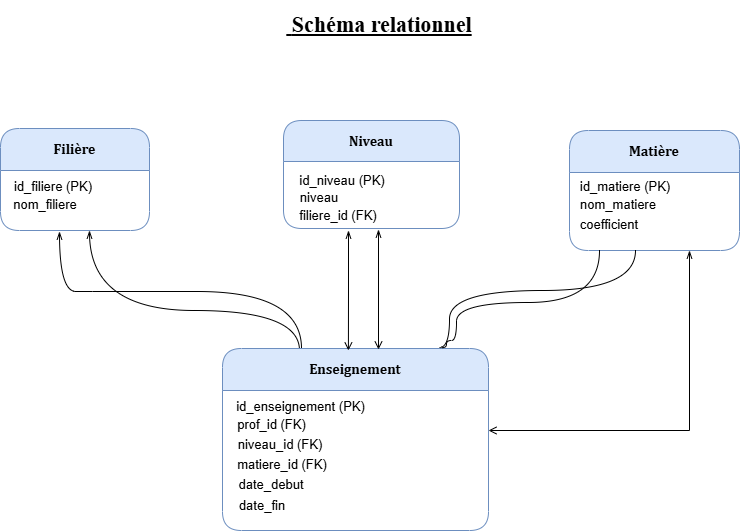
Above: images/_Schema_relationnel_gestion_etudiants.drawio.png in HamethDiouf/projet-gestion-notes (draw.io), before the change. Source tidied: cells renumbered, new cells last; positions are measured from the earlier drawing's top-left corner, leaving out a move shared by most shapes.
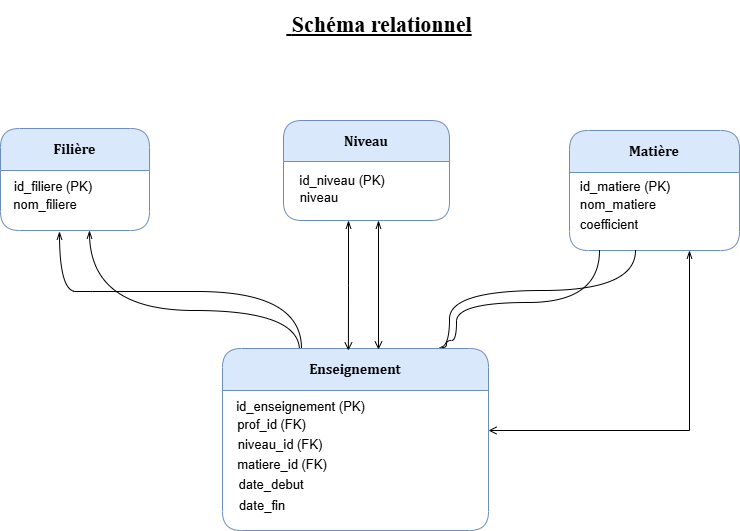
After the commit.

Diff of the diagram source:
```diff
@@ -22,7 +22,7 @@
       <mxGeometry x="15" y="178" width="60" height="32" as="geometry" />
     </mxCell>
     <mxCell id="6" value="&lt;font style=&quot;font-size: 14px;&quot; face=&quot;Cambria&quot;&gt;Niveau&lt;/font&gt;" style="swimlane;whiteSpace=wrap;html=1;startSize=41;rounded=1;fillColor=#dae8fc;strokeColor=#6c8ebf;" parent="1" vertex="1">
-      <mxGeometry x="283" y="110" width="176" height="108" as="geometry" />
+      <mxGeometry x="283" y="110" width="166" height="100" as="geometry" />
     </mxCell>
     <mxCell id="7" value="&lt;font style=&quot;font-size: 13px;&quot;&gt;id_niveau (PK)&lt;/font&gt;" style="text;html=1;whiteSpace=wrap;strokeColor=none;fillColor=none;align=center;verticalAlign=middle;rounded=0;" parent="1" vertex="1">
       <mxGeometry x="292" y="155" width="100" height="30" as="geometry" />
@@ -87,13 +87,13 @@
     </mxCell>
     <mxCell id="23" style="edgeStyle=orthogonalEdgeStyle;rounded=0;orthogonalLoop=1;jettySize=auto;html=1;entryX=0.541;entryY=0.014;entryDx=0;entryDy=0;entryPerimeter=0;startArrow=openThin;startFill=0;endArrow=open;endFill=0;" parent="1" edge="1">
       <mxGeometry relative="1" as="geometry">
-        <mxPoint x="348" y="220" as="sourcePoint" />
+        <mxPoint x="348" y="210" as="sourcePoint" />
         <mxPoint x="347.9" y="340" as="targetPoint" />
       </mxGeometry>
     </mxCell>
     <mxCell id="24" style="edgeStyle=orthogonalEdgeStyle;rounded=0;orthogonalLoop=1;jettySize=auto;html=1;entryX=0.541;entryY=0.014;entryDx=0;entryDy=0;entryPerimeter=0;startArrow=openThin;startFill=0;endArrow=open;endFill=0;" parent="1" edge="1">
       <mxGeometry relative="1" as="geometry">
-        <mxPoint x="378" y="219" as="sourcePoint" />
+        <mxPoint x="378" y="210" as="sourcePoint" />
         <mxPoint x="378" y="339" as="targetPoint" />
       </mxGeometry>
     </mxCell>
@@ -124,8 +124,5 @@
     <mxCell id="27" value="&lt;font style=&quot;font-size: 13px;&quot;&gt;niveau&lt;/font&gt;" style="text;html=1;whiteSpace=wrap;strokeColor=none;fillColor=none;align=center;verticalAlign=middle;rounded=0;" parent="1" vertex="1">
       <mxGeometry x="289" y="172" width="60" height="30" as="geometry" />
     </mxCell>
-    <mxCell id="28" value="&lt;font style=&quot;font-size: 13px;&quot;&gt;filiere_id (FK)&lt;/font&gt;" style="text;html=1;whiteSpace=wrap;strokeColor=none;fillColor=none;align=center;verticalAlign=middle;rounded=0;" parent="1" vertex="1">
-      <mxGeometry x="296" y="190" width="84" height="30" as="geometry" />
-    </mxCell>
   </root>
 </mxGraphModel>
```
